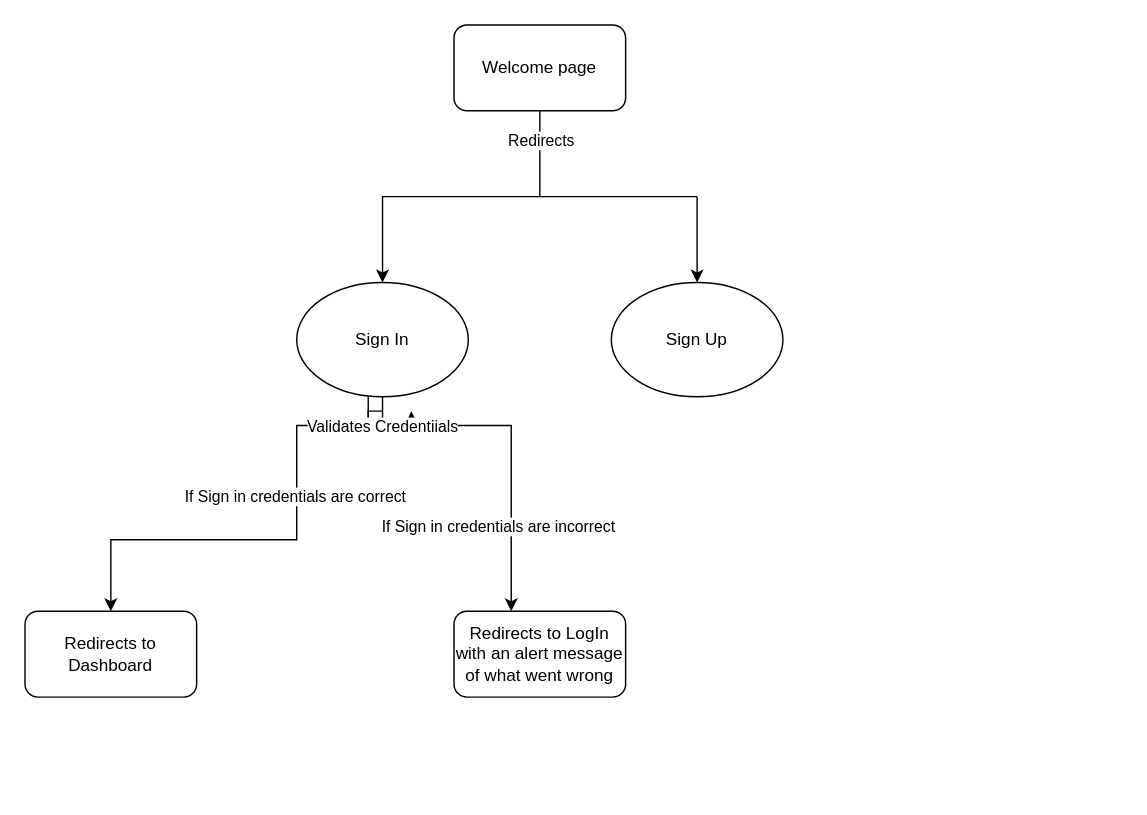
The draw.io diagram Untitled Diagram.drawio in Collen163030/Authentication, before the edit. Source tidied: cells renumbered, new cells numbered last; positions are measured from the earlier drawing's top-left corner, leaving out a move shared by most shapes. Both pictures are drawn from the tidied source at 143%, with x=0, y=0 at pixel (24, 24).
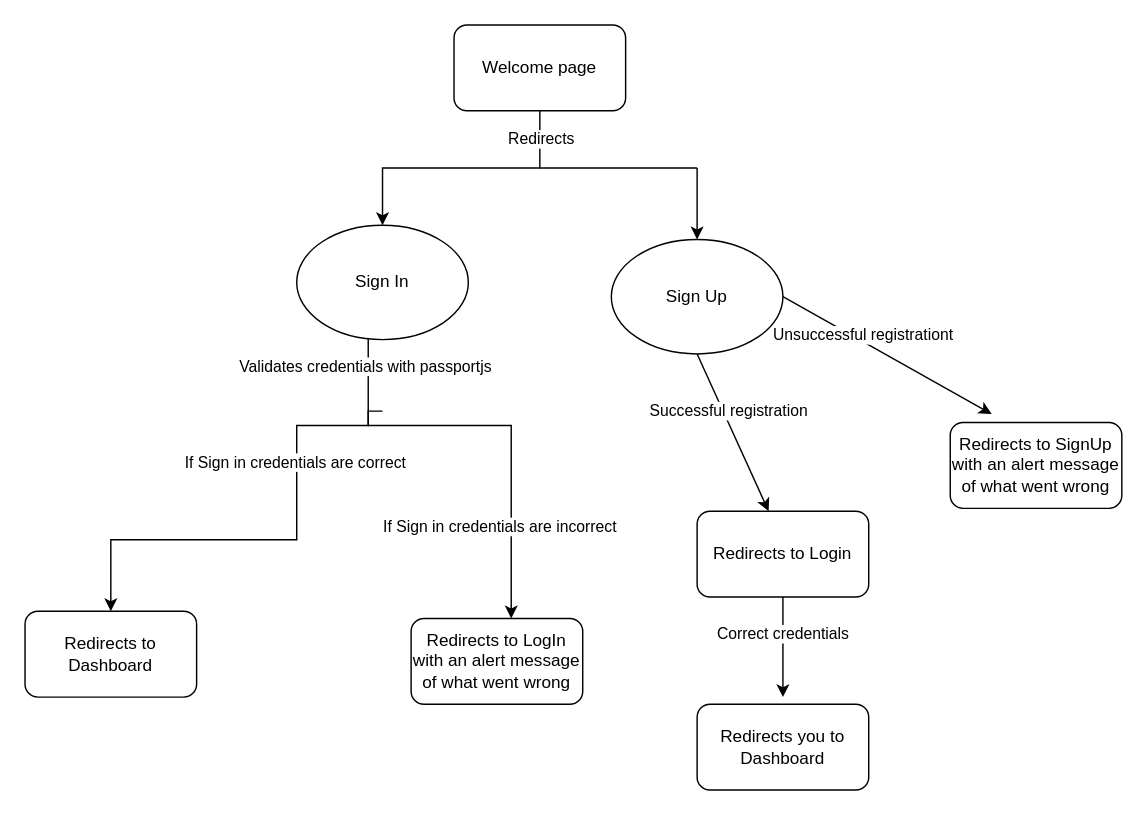
After the change.

Commit message:
Update Mcimbi's Diagram structure

Unchanged cells that the change refers to:
```xml
<mxCell id="5" style="edgeStyle=orthogonalEdgeStyle;rounded=0;jettySize=auto;html=1;" parent="1" edge="1" source="11">
  <mxGeometry relative="1" as="geometry">
    <mxPoint x="60" y="410" as="targetPoint" />
    <Array as="points">
      <mxPoint x="240" y="280" />
      <mxPoint x="190" y="280" />
      <mxPoint x="190" y="360" />
    </Array>
  </mxGeometry>
</mxCell>
```

Diff of the diagram source:
```diff
@@
+    <mxCell id="17" value="Validates credentials with passportjs&lt;br&gt;" style="edgeLabel;html=1;align=center;verticalAlign=middle;" parent="5" vertex="1">
+      <mxGeometry x="-0.9" y="-3" relative="1" as="geometry" />
+    </mxCell>
@@
-    <mxCell id="9" style="edgeStyle=orthogonalEdgeStyle;rounded=0;jettySize=auto;html=1;" parent="1" edge="1" source="11">
-      <mxGeometry relative="1" as="geometry">
-        <mxPoint x="270" y="270" as="targetPoint" />
-      </mxGeometry>
-    </mxCell>
-    <mxCell id="10" value="Validates Credentiials" style="edgeLabel;html=1;align=center;verticalAlign=middle;" parent="9" vertex="1">
-      <mxGeometry x="-0.2" y="-1" relative="1" as="geometry">
-        <mxPoint x="-1" y="-1" as="offset" />
-      </mxGeometry>
-    </mxCell>
     <mxCell id="11" value="Sign In" style="ellipse;whiteSpace=wrap;html=1;rounded=1;" parent="1" vertex="1">
-      <mxGeometry x="190" y="180" width="120" height="80" as="geometry" />
+      <mxGeometry x="190" y="140" width="120" height="80" as="geometry" />
     </mxCell>
     <mxCell id="12" value="Sign Up" style="ellipse;whiteSpace=wrap;html=1;" parent="1" vertex="1">
-      <mxGeometry x="410" y="180" width="120" height="80" as="geometry" />
+      <mxGeometry x="410" y="150" width="120" height="80" as="geometry" />
     </mxCell>
     <mxCell id="13" value="Redirects to LogIn with an alert message of what went wrong" style="whiteSpace=wrap;html=1;rounded=1;" parent="1" vertex="1">
-      <mxGeometry x="300" y="410" width="120" height="60" as="geometry" />
+      <mxGeometry x="270" y="415" width="120" height="60" as="geometry" />
     </mxCell>
-    <mxCell id="14" style="endArrow=classic;html=1;" parent="1" edge="1" target="12">
-      <mxGeometry relative="1" as="geometry">
-        <mxPoint x="470" y="120" as="sourcePoint" />
-        <Array as="points">
-          <mxPoint x="470" y="170" />
-        </Array>
-      </mxGeometry>
-    </mxCell>
     <mxCell id="15" style="endArrow=none;html=1;" parent="1" edge="1">
       <mxGeometry relative="1" as="geometry">
-        <mxPoint x="360" y="120" as="sourcePoint" />
-        <mxPoint x="470" y="120" as="targetPoint" />
+        <mxPoint x="360" y="100" as="sourcePoint" />
+        <mxPoint x="470" y="100" as="targetPoint" />
       </mxGeometry>
     </mxCell>
@@
+    <mxCell id="18" style="endArrow=classic;html=1;exitX=0.5;exitY=1;exitDx=0;exitDy=0;" parent="1" edge="1" source="12">
+      <mxGeometry relative="1" as="geometry">
+        <mxPoint x="520" y="340" as="targetPoint" />
+      </mxGeometry>
+    </mxCell>
+    <mxCell id="19" value="Successful registration" style="edgeLabel;html=1;align=center;verticalAlign=middle;" parent="18" vertex="1">
+      <mxGeometry x="-0.26" y="3" relative="1" as="geometry" />
+    </mxCell>
+    <mxCell id="20" value="Redirects to Login" style="rounded=1;whiteSpace=wrap;html=1;" parent="1" vertex="1">
+      <mxGeometry x="470" y="340" width="120" height="60" as="geometry" />
+    </mxCell>
+    <mxCell id="21" value="Redirects you to Dashboard" style="rounded=1;whiteSpace=wrap;html=1;" parent="1" vertex="1">
+      <mxGeometry x="470" y="475" width="120" height="60" as="geometry" />
+    </mxCell>
+    <mxCell id="22" style="endArrow=classic;html=1;exitX=0.5;exitY=1;exitDx=0;exitDy=0;" parent="1" edge="1" source="20">
+      <mxGeometry relative="1" as="geometry">
+        <mxPoint x="530" y="470" as="targetPoint" />
+      </mxGeometry>
+    </mxCell>
+    <mxCell id="23" value="Correct credentials" style="edgeLabel;html=1;align=center;verticalAlign=middle;" parent="22" vertex="1">
+      <mxGeometry x="-0.29" y="-1" relative="1" as="geometry" />
+    </mxCell>
+    <mxCell id="24" style="endArrow=classic;html=1;entryX=0.5;entryY=0;entryDx=0;entryDy=0;" parent="1" edge="1" target="12">
+      <mxGeometry relative="1" as="geometry">
+        <mxPoint x="470" y="100" as="sourcePoint" />
+      </mxGeometry>
+    </mxCell>
+    <mxCell id="25" style="endArrow=classic;html=1;exitX=1;exitY=0.5;exitDx=0;exitDy=0;" parent="1" edge="1" source="12">
+      <mxGeometry relative="1" as="geometry">
+        <mxPoint x="676" y="272" as="targetPoint" />
+      </mxGeometry>
+    </mxCell>
+    <mxCell id="26" value="Unsuccessful registrationt" style="edgeLabel;html=1;align=center;verticalAlign=middle;" parent="25" vertex="1">
+      <mxGeometry x="-0.27" y="4" relative="1" as="geometry" />
+    </mxCell>
+    <mxCell id="27" value="Redirects to SignUp with an alert message of what went wrong" style="rounded=1;whiteSpace=wrap;html=1;" parent="1" vertex="1">
+      <mxGeometry x="647" y="278" width="120" height="60" as="geometry" />
+    </mxCell>
```
